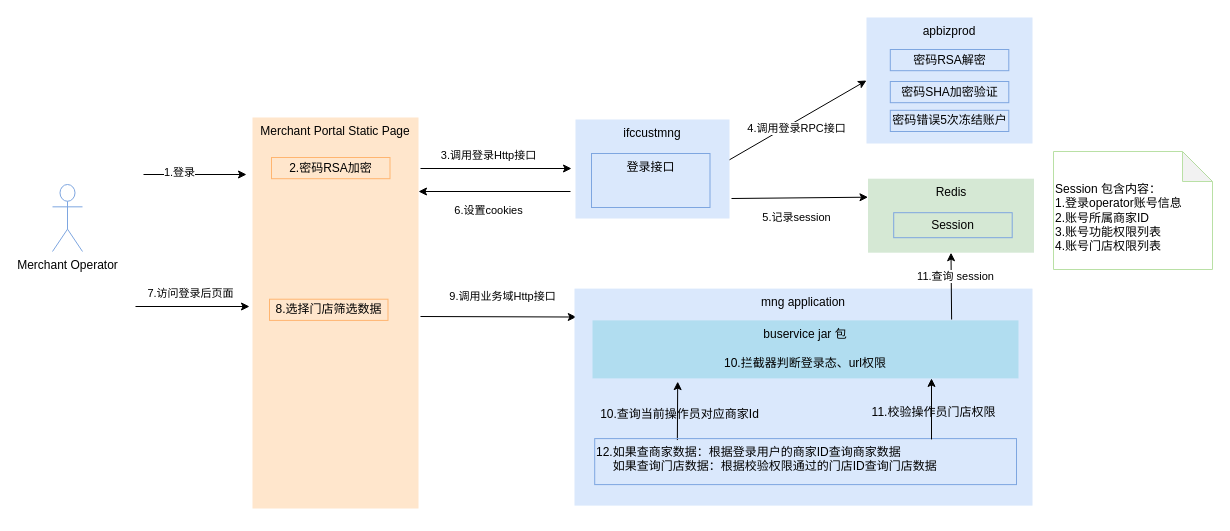
This is page "安全" (5 of 5) of Merchant portal.drawio from renqiuming/drawio, a draw.io file, before an edit. Source tidied: cells renumbered, new cells numbered last; positions are measured from the earlier drawing's top-left corner, leaving out a move shared by most shapes. Both pictures are drawn from the tidied source at 100%, with x=0, y=0 at pixel (52, 17).
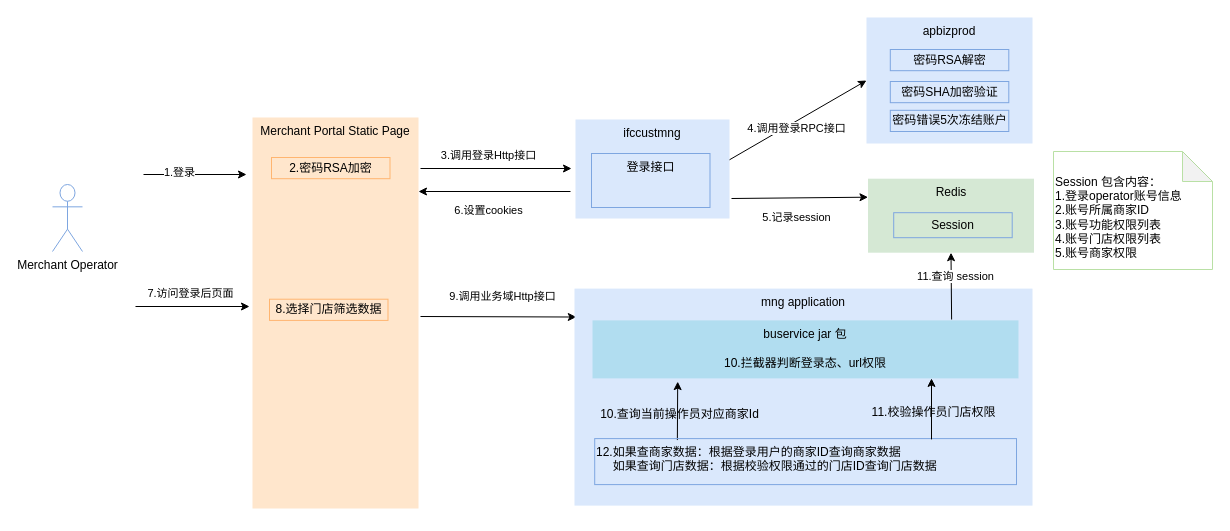
The same page after the edit.

Change to the diagram source:
```diff
@@
-    <mxCell id="37" value="&lt;br&gt;Session 包含内容：&lt;br&gt;1.登录operator账号信息&lt;br&gt;2.账号所属商家ID&lt;br&gt;3.账号功能权限列表&lt;br&gt;4.账号门店权限列表" style="shape=note;whiteSpace=wrap;html=1;backgroundOutline=1;darkOpacity=0.05;labelBackgroundColor=none;strokeColor=#B9E0A5;fillColor=none;align=left;" parent="1" vertex="1">
+    <mxCell id="37" value="&lt;br&gt;Session 包含内容：&lt;br&gt;1.登录operator账号信息&lt;br&gt;2.账号所属商家ID&lt;br&gt;3.账号功能权限列表&lt;br&gt;4.账号门店权限列表&lt;br&gt;5.账号商家权限" style="shape=note;whiteSpace=wrap;html=1;backgroundOutline=1;darkOpacity=0.05;labelBackgroundColor=none;strokeColor=#B9E0A5;fillColor=none;align=left;" parent="1" vertex="1">
       <mxGeometry x="1001" y="134" width="159" height="118" as="geometry" />
     </mxCell>
```
